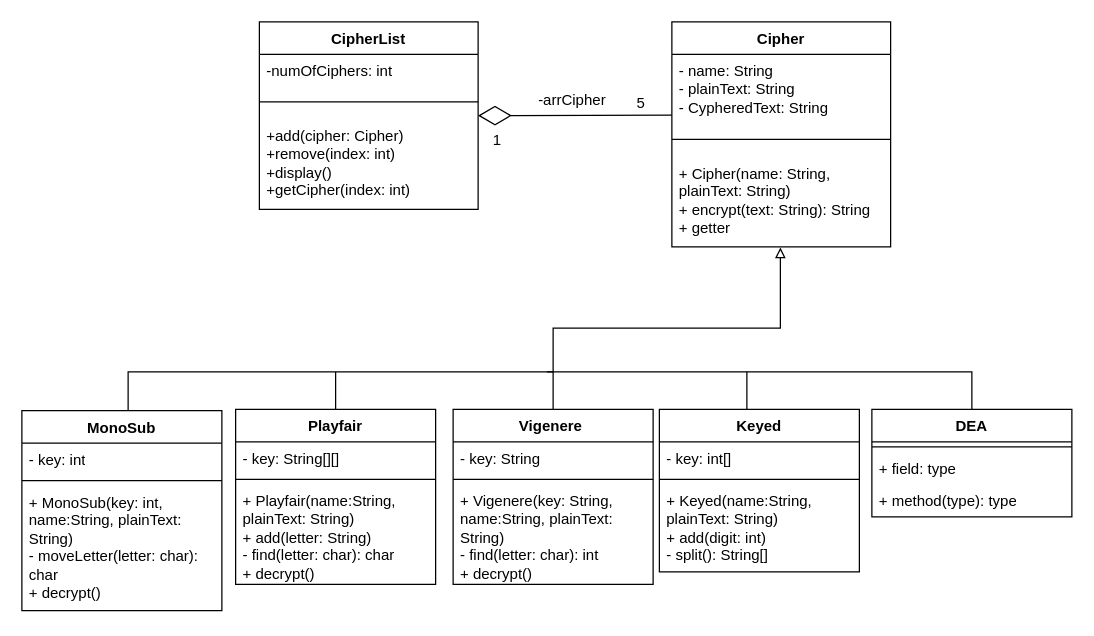
Before: UML_CLASS_edu_cipher_program.drawio in HAQ7/educational-encryption-program, a draw.io diagram. Source tidied: cells renumbered, new cells numbered last; positions are measured from the earlier drawing's top-left corner, leaving out a move shared by most shapes. Both pictures are drawn from the tidied source at 125%, with x=0, y=0 at pixel (21, 21).
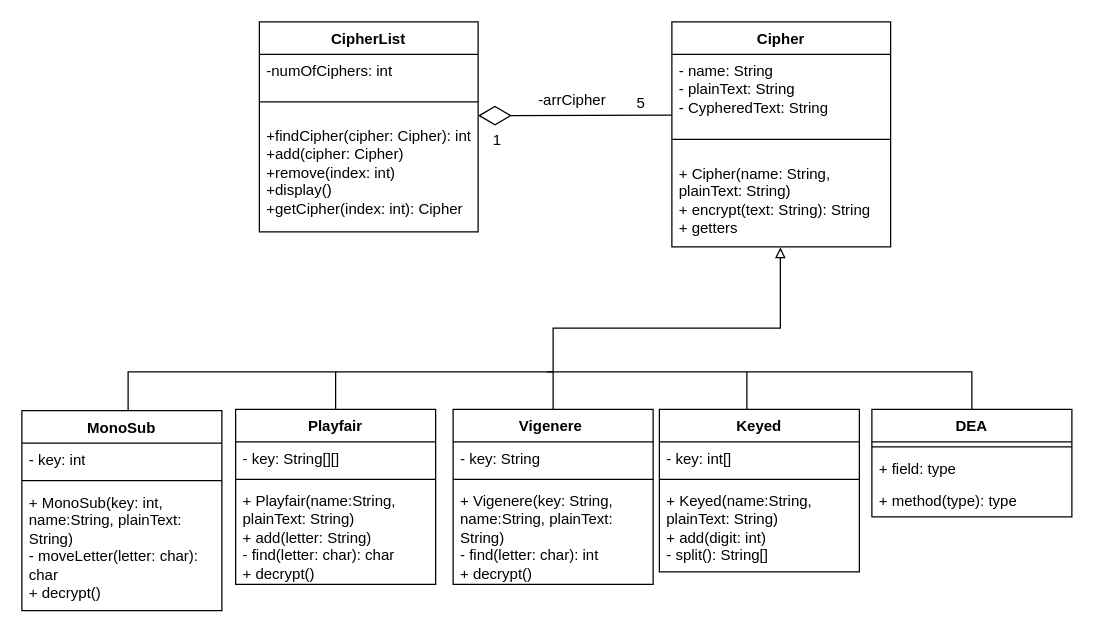
After the change.

Commit message (it also covers changes not shown here):
# Pseudocode Update - Finished 2 Classes: Cipher & CipherList

Unchanged cells that the change refers to:
```xml
<mxCell id="2" value="Cipher" style="swimlane;fontStyle=1;align=center;verticalAlign=top;horizontal=1;startSize=26;whiteSpace=wrap;html=1;" parent="1" vertex="1">
  <mxGeometry x="520" width="175" height="180" as="geometry" />
</mxCell>
```

What changed in the source:
```diff
@@
-    <mxCell id="5" value="+ Cipher(name: String, plainText: String)&lt;br&gt;+ encrypt(text: String): String&lt;br&gt;+ getter" style="text;strokeColor=none;fillColor=none;align=left;verticalAlign=top;spacingLeft=4;spacingRight=4;overflow=hidden;points=[[0,0.5],[1,0.5]];portConstraint=eastwest;whiteSpace=wrap;html=1;" parent="2" vertex="1">
+    <mxCell id="5" value="+ Cipher(name: String, plainText: String)&lt;br&gt;+ encrypt(text: String): String&lt;br&gt;+ getters" style="text;strokeColor=none;fillColor=none;align=left;verticalAlign=top;spacingLeft=4;spacingRight=4;overflow=hidden;points=[[0,0.5],[1,0.5]];portConstraint=eastwest;whiteSpace=wrap;html=1;" parent="2" vertex="1">
       <mxGeometry y="108" width="175" height="72" as="geometry" />
     </mxCell>
@@
     <mxCell id="32" value="CipherList" style="swimlane;fontStyle=1;align=center;verticalAlign=top;horizontal=1;startSize=26;whiteSpace=wrap;html=1;" parent="1" vertex="1">
-      <mxGeometry x="190" width="175" height="150" as="geometry" />
+      <mxGeometry x="190" width="175" height="168" as="geometry" />
     </mxCell>
@@
-    <mxCell id="35" value="+add(cipher: Cipher)&lt;br&gt;+remove(index: int)&lt;br&gt;+display()&lt;br&gt;+getCipher(index: int)" style="text;strokeColor=none;fillColor=none;align=left;verticalAlign=top;spacingLeft=4;spacingRight=4;overflow=hidden;whiteSpace=wrap;html=1;" parent="32" vertex="1">
-      <mxGeometry y="78" width="175" height="72" as="geometry" />
+    <mxCell id="35" value="+findCipher(cipher: Cipher): int&lt;br&gt;+add(cipher: Cipher)&lt;br&gt;+remove(index: int)&lt;br&gt;+display()&lt;br&gt;+getCipher(index: int): Cipher" style="text;strokeColor=none;fillColor=none;align=left;verticalAlign=top;spacingLeft=4;spacingRight=4;overflow=hidden;whiteSpace=wrap;html=1;" parent="32" vertex="1">
+      <mxGeometry y="78" width="175" height="90" as="geometry" />
     </mxCell>
```
